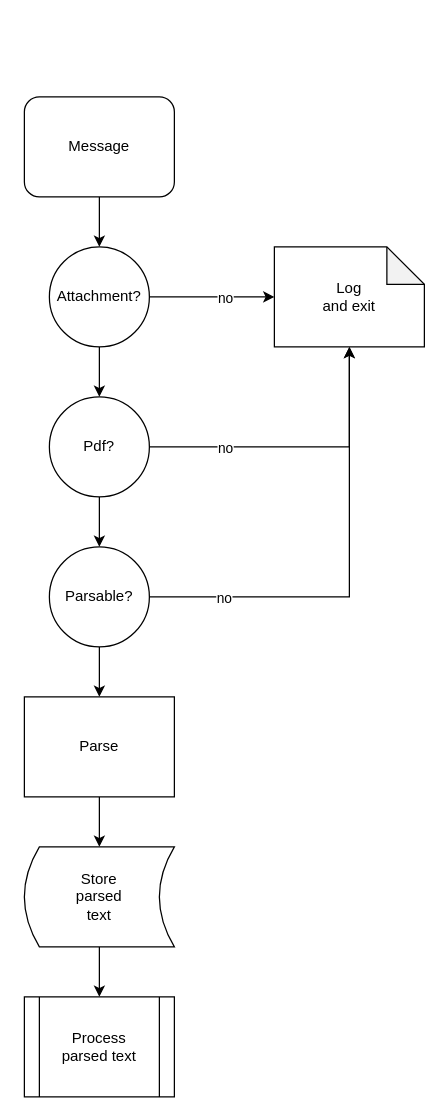
This is page "process message" (1 of 3) of flowchart_parser.drawio from uu-asc/bbc-forwarder, a draw.io file, before an edit. Source tidied: cells renumbered, new cells numbered last; positions are measured from the earlier drawing's top-left corner, leaving out a move shared by most shapes. Both pictures are drawn from the tidied source at 125%, with x=0, y=0 at pixel (24, 96).
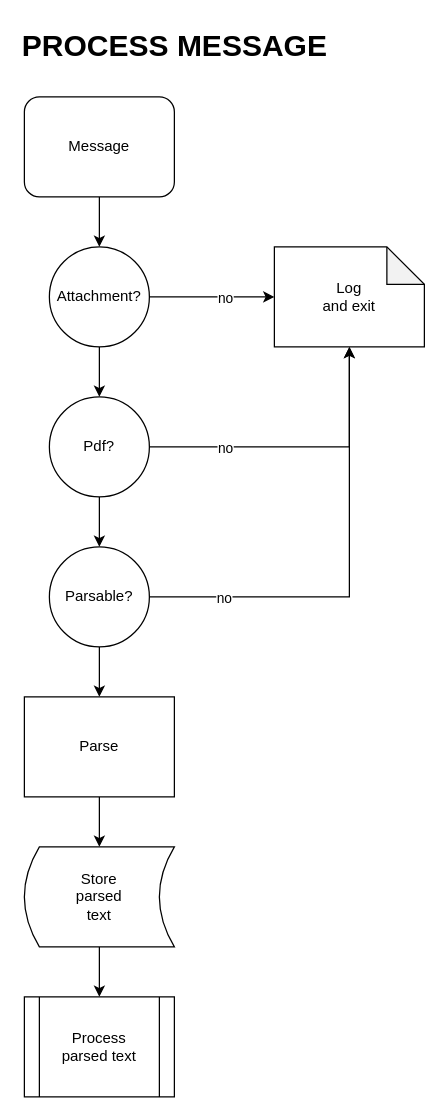
Above is the later version.

The edit, as a diff of the source:
```diff
@@
+    <mxCell id="22" value="PROCESS MESSAGE" style="text;strokeColor=none;fillColor=none;html=1;fontSize=24;fontStyle=1;verticalAlign=middle;align=center;" parent="1" vertex="1">
+      <mxGeometry x="70" y="-60" width="100" height="40" as="geometry" />
+    </mxCell>
```
